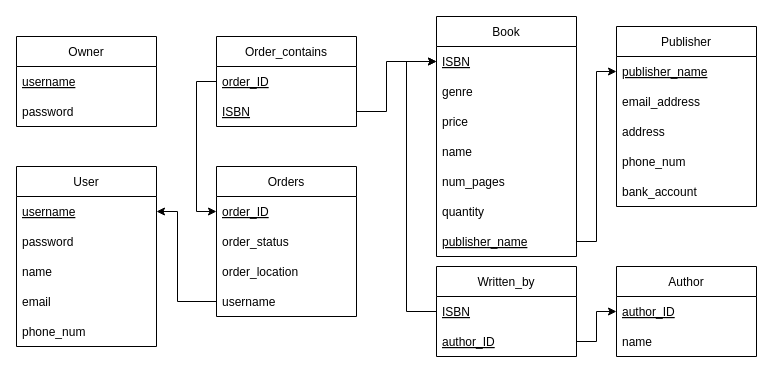
The draw.io diagram BookStoreRelationSchema.drawio in Dylanhism/BookStore, before the edit. Source tidied: cells renumbered, new cells numbered last; positions are measured from the earlier drawing's top-left corner, leaving out a move shared by most shapes. Both pictures are drawn from the tidied source at 100%, with x=0, y=0 at pixel (16, 16).
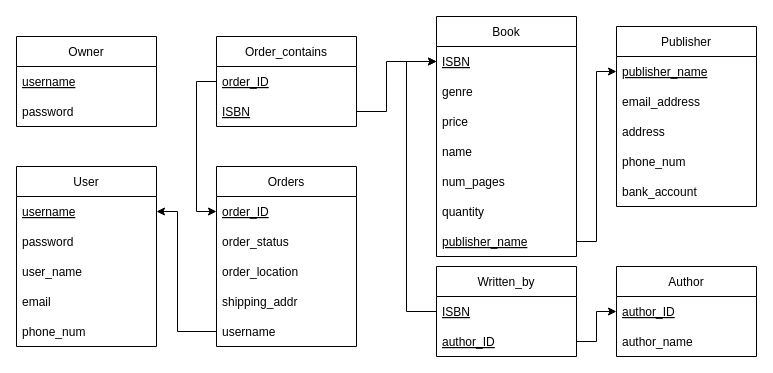
The same page after the edit.

The change refers to these unchanged cells:
```xml
<mxCell id="2" value="Author" style="swimlane;fontStyle=0;horizontal=1;startSize=30;" parent="1" vertex="1">
  <mxGeometry x="600" y="250" width="140" height="90" as="geometry" />
</mxCell>
<mxCell id="28" value="User" style="swimlane;fontStyle=0;horizontal=1;startSize=30;" parent="1" vertex="1">
  <mxGeometry y="150" width="140" height="180" as="geometry" />
</mxCell>
<mxCell id="29" value="username" style="text;strokeColor=none;fillColor=none;align=left;verticalAlign=middle;spacingLeft=4;spacingRight=4;overflow=hidden;points=[[0,0.5],[1,0.5]];portConstraint=eastwest;fontStyle=4;" parent="28" vertex="1">
  <mxGeometry y="30" width="140" height="30" as="geometry" />
</mxCell>
```

Diff of the diagram source:
```diff
@@
-    <mxCell id="4" value="name" style="text;strokeColor=none;fillColor=none;align=left;verticalAlign=middle;spacingLeft=4;spacingRight=4;overflow=hidden;" parent="2" vertex="1">
+    <mxCell id="4" value="author_name" style="text;strokeColor=none;fillColor=none;align=left;verticalAlign=middle;spacingLeft=4;spacingRight=4;overflow=hidden;" parent="2" vertex="1">
       <mxGeometry y="60" width="140" height="30" as="geometry" />
     </mxCell>
@@
-    <mxCell id="31" value="name" style="text;strokeColor=none;fillColor=none;align=left;verticalAlign=middle;spacingLeft=4;spacingRight=4;overflow=hidden;fontStyle=0;" parent="28" vertex="1">
+    <mxCell id="31" value="user_name" style="text;strokeColor=none;fillColor=none;align=left;verticalAlign=middle;spacingLeft=4;spacingRight=4;overflow=hidden;fontStyle=0;" parent="28" vertex="1">
       <mxGeometry y="90" width="140" height="30" as="geometry" />
     </mxCell>
@@
     <mxCell id="34" value="Orders" style="swimlane;fontStyle=0;horizontal=1;startSize=30;" parent="1" vertex="1">
-      <mxGeometry x="200" y="150" width="140" height="150" as="geometry" />
+      <mxGeometry x="200" y="150" width="140" height="180" as="geometry" />
     </mxCell>
@@
+    <mxCell id="45" value="shipping_addr" style="text;strokeColor=none;fillColor=none;align=left;verticalAlign=middle;spacingLeft=4;spacingRight=4;overflow=hidden;fontStyle=0;" parent="34" vertex="1">
+      <mxGeometry y="120" width="140" height="30" as="geometry" />
+    </mxCell>
     <mxCell id="38" value="username" style="text;strokeColor=none;fillColor=none;align=left;verticalAlign=middle;spacingLeft=4;spacingRight=4;overflow=hidden;points=[[0,0.5],[1,0.5]];portConstraint=eastwest;fontStyle=0;" parent="34" vertex="1">
-      <mxGeometry y="120" width="140" height="30" as="geometry" />
+      <mxGeometry y="150" width="140" height="30" as="geometry" />
     </mxCell>
     <mxCell id="39" style="edgeStyle=orthogonalEdgeStyle;rounded=0;jettySize=auto;html=1;entryX=1;entryY=0.5;entryDx=0;entryDy=0;exitX=0;exitY=0.5;exitDx=0;exitDy=0;" parent="1" edge="1" source="38" target="29">
       <mxGeometry relative="1" as="geometry">
         <Array as="points">
-          <mxPoint x="161" y="285" />
+          <mxPoint x="161" y="315" />
           <mxPoint x="161" y="195" />
         </Array>
       </mxGeometry>
     </mxCell>
```
